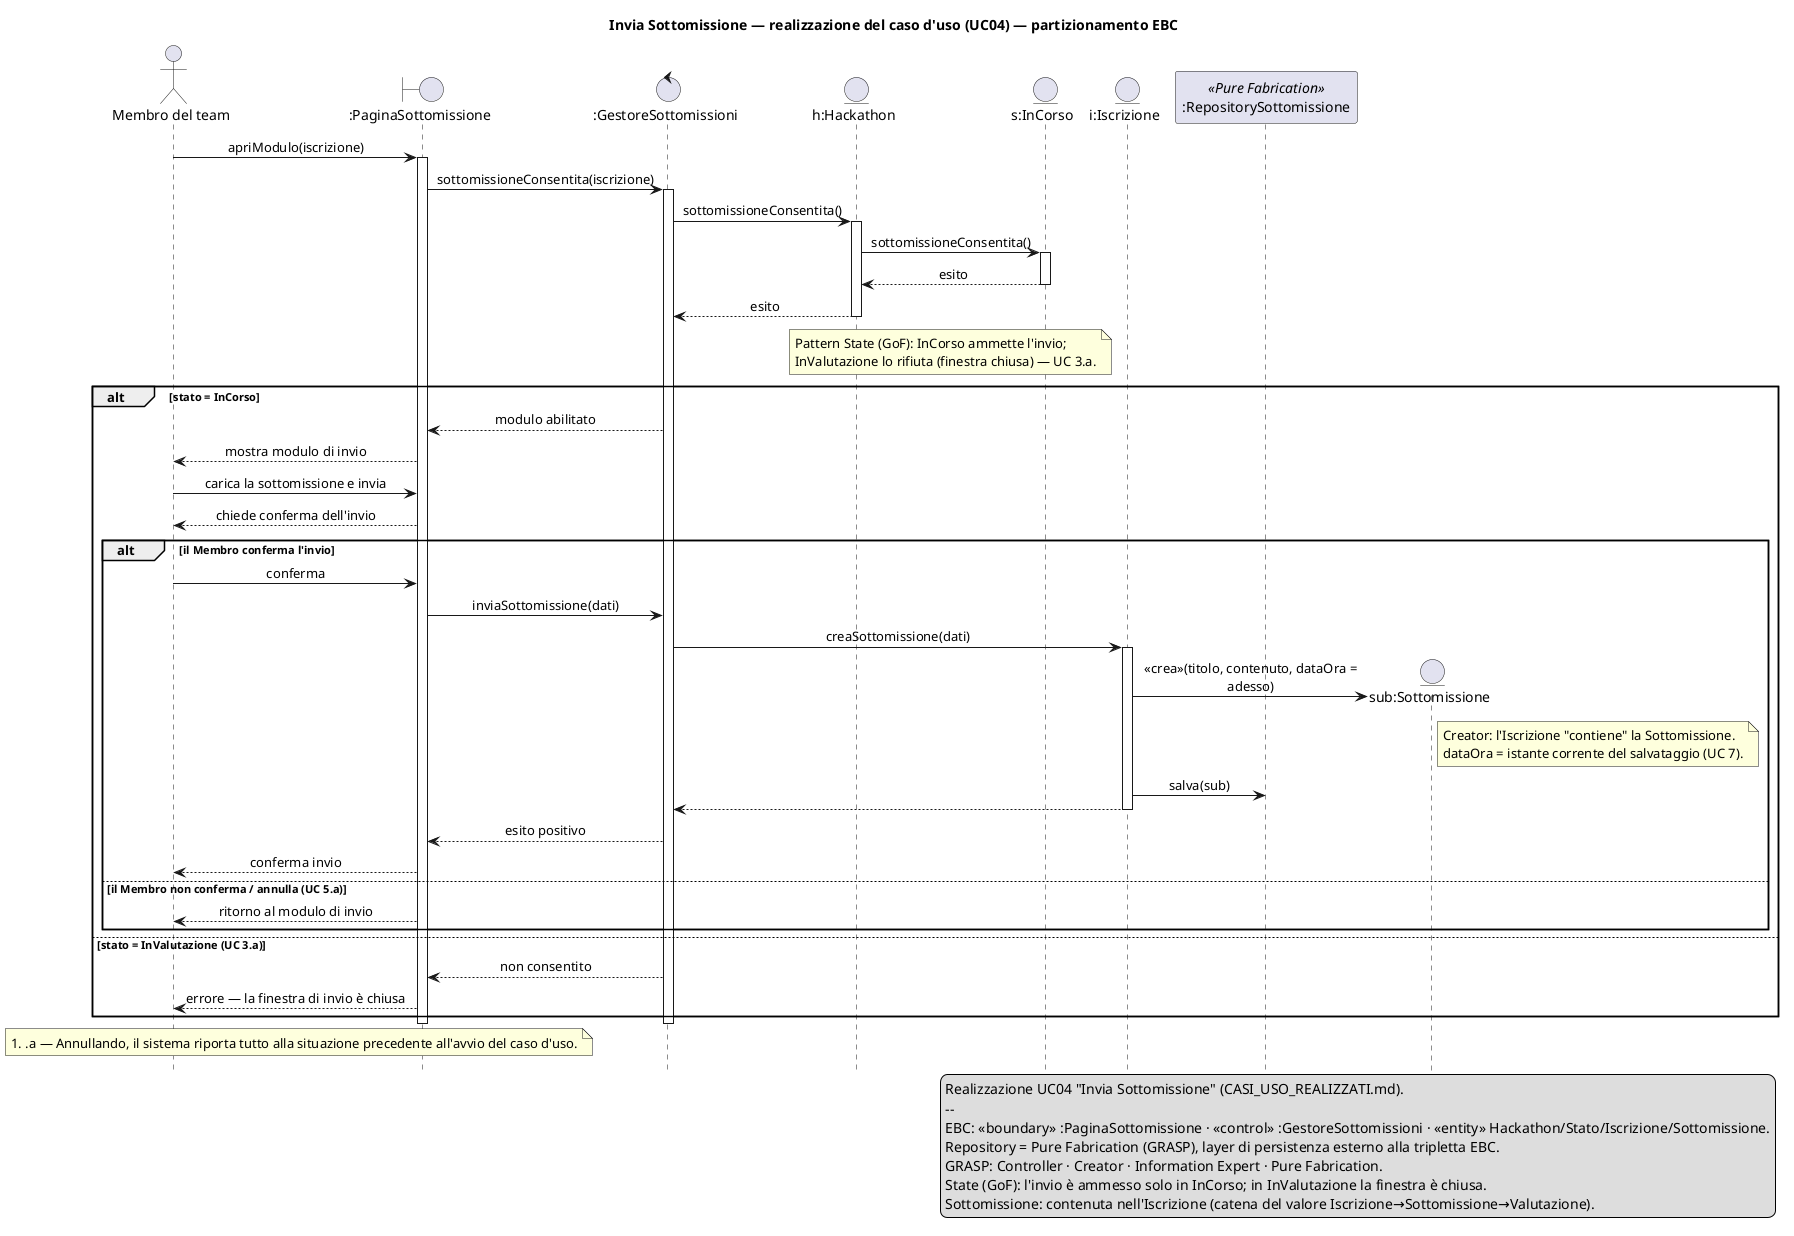
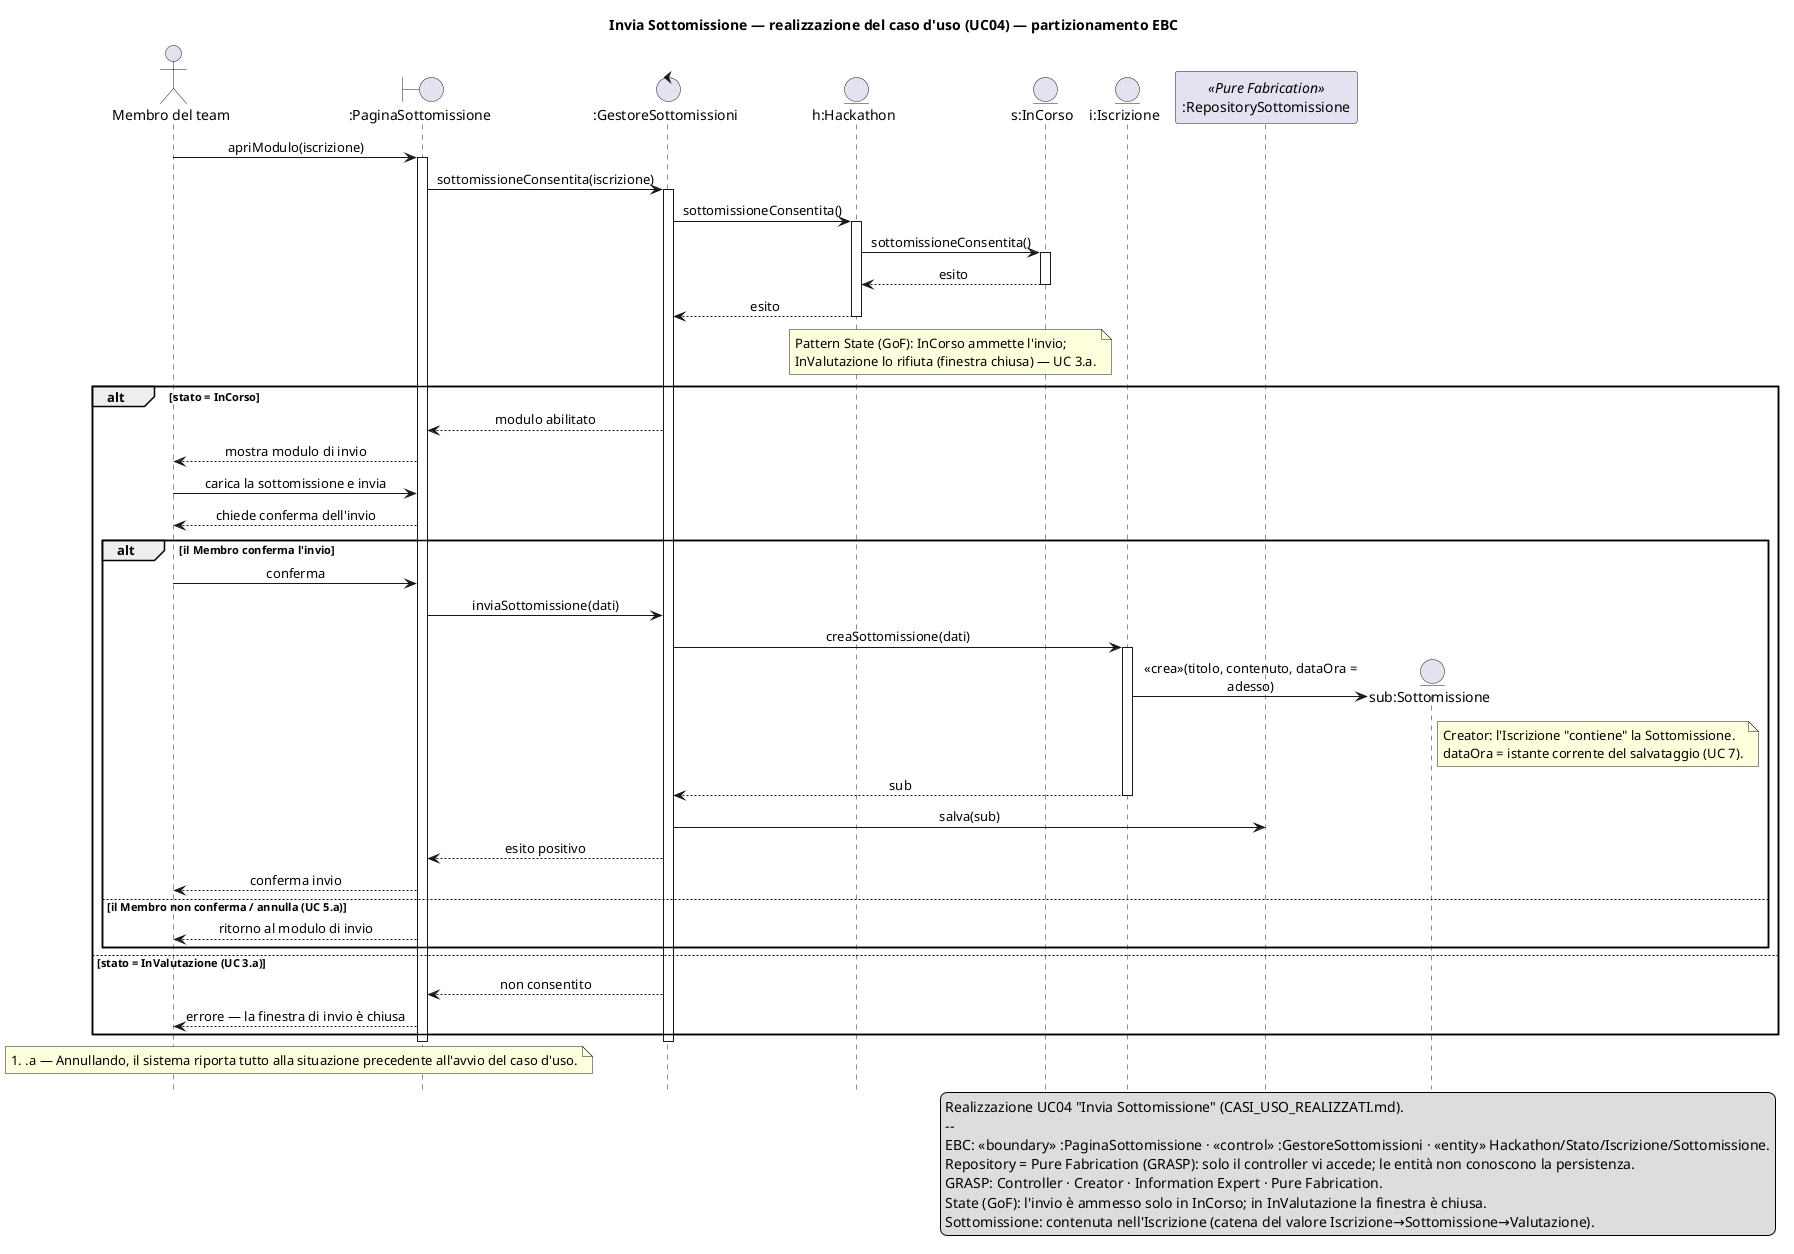
@startuml SEQ_InviaSottomissione
' DIAGRAMMA DI SEQUENZA - Realizzazione "Invia Sottomissione" (1a iterazione HackHub, UC04).
' Notazione: UML_05_Interazioni (linee di vita, focus, messaggi sincroni/ritorno/«crea», frammenti alt/opt/loop).
' Stile UML_05 slide 2: niente tipi dei parametri. Coerente con CLASSI_ANALISI_REALIZZATI.puml e CASI_USO_REALIZZATI.md.
' Partizionamento EBC: boundary = pagina UI, control = GestoreSottomissioni, entity = Hackathon/Stato/Iscrizione/Sottomissione.
' GRASP: Controller, Creator (l'Iscrizione "contiene" e crea la Sottomissione), Information Expert,
'        Pure Fabrication (RepositorySottomissione: persistenza, complementare all'EBC).
' Pattern State (GoF): l'invio è ammesso solo nello stato InCorso.
hide footbox
skinparam shadowing false
skinparam sequenceMessageAlign center
skinparam maxMessageSize 250

title Invia Sottomissione — realizzazione del caso d'uso (UC04) — partizionamento EBC

actor "Membro del team" as Mem
boundary ":PaginaSottomissione" as B
control ":GestoreSottomissioni" as GS
entity "h:Hackathon" as H
entity "s:InCorso" as S
entity "i:Iscrizione" as I
participant ":RepositorySottomissione" as RS <<Pure Fabrication>>

Mem -> B : apriModulo(iscrizione)
activate B
B -> GS : sottomissioneConsentita(iscrizione)
activate GS
GS -> H : sottomissioneConsentita()
activate H
H -> S : sottomissioneConsentita()
activate S
S --> H : esito
deactivate S
H --> GS : esito
deactivate H
note over H, S
  Pattern State (GoF): InCorso ammette l'invio;
  InValutazione lo rifiuta (finestra chiusa) — UC 3.a.
end note

alt stato = InCorso
    GS --> B : modulo abilitato
    B --> Mem : mostra modulo di invio
    Mem -> B : carica la sottomissione e invia
    B --> Mem : chiede conferma dell'invio
    alt il Membro conferma l'invio
        Mem -> B : conferma
        B -> GS : inviaSottomissione(dati)
        GS -> I : creaSottomissione(dati)
        activate I
        create entity "sub:Sottomissione" as Sub
        I -> Sub : «crea»(titolo, contenuto, dataOra = adesso)
        note right of Sub
          Creator: l'Iscrizione "contiene" la Sottomissione.
          dataOra = istante corrente del salvataggio (UC 7).
        end note
-         I -> RS : salva(sub)
-         I --> GS
+         I --> GS : sub
        deactivate I
+         GS -> RS : salva(sub)
        GS --> B : esito positivo
        B --> Mem : conferma invio
    else il Membro non conferma / annulla (UC 5.a)
        B --> Mem : ritorno al modulo di invio
    end
else stato = InValutazione (UC 3.a)
    GS --> B : non consentito
    B --> Mem : errore — la finestra di invio è chiusa
end
deactivate GS
deactivate B

note over Mem, B
  #.a — Annullando, il sistema riporta tutto alla situazione precedente all'avvio del caso d'uso.
end note

legend right
  Realizzazione UC04 "Invia Sottomissione" (CASI_USO_REALIZZATI.md).
  --
  EBC: «boundary» :PaginaSottomissione · «control» :GestoreSottomissioni · «entity» Hackathon/Stato/Iscrizione/Sottomissione.
-   Repository = Pure Fabrication (GRASP), layer di persistenza esterno alla tripletta EBC.
+   Repository = Pure Fabrication (GRASP): solo il controller vi accede; le entità non conoscono la persistenza.
  GRASP: Controller · Creator · Information Expert · Pure Fabrication.
  State (GoF): l'invio è ammesso solo in InCorso; in InValutazione la finestra è chiusa.
  Sottomissione: contenuta nell'Iscrizione (catena del valore Iscrizione→Sottomissione→Valutazione).
endlegend
@enduml
